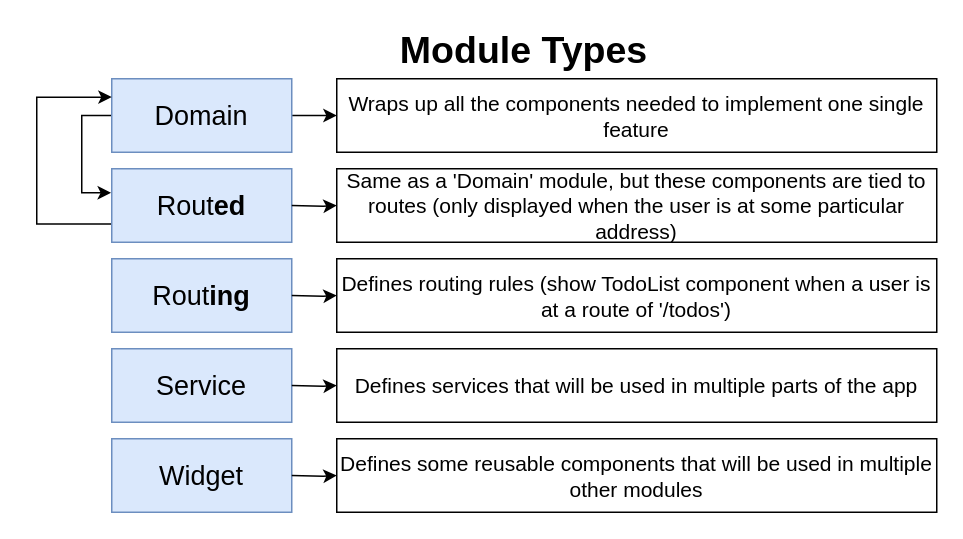
StephenGrider/ng-casts keeps this draw.io diagram as page "07 - types" (15 of 17) of diagrams/comps/diagrams.drawio. Above is the earlier version. Source tidied: cells renumbered, new cells numbered last; positions are measured from the earlier drawing's top-left corner, leaving out a move shared by most shapes. Both pictures are drawn from the tidied source at 150%, with x=0, y=0 at pixel (36, 33).
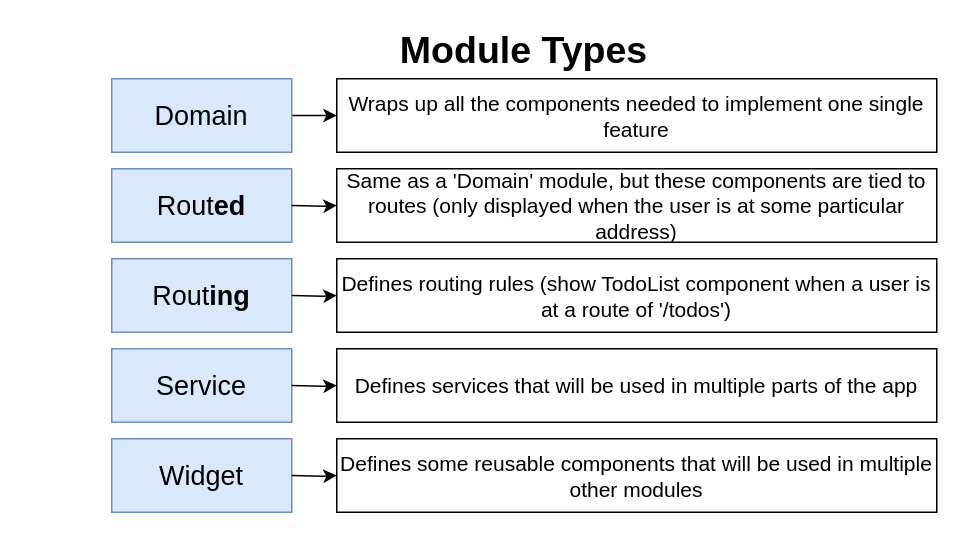
The same page after the edit.

The change refers to these unchanged cells:
```xml
<mxCell id="4" value="Domain" style="rounded=0;whiteSpace=wrap;html=1;fontSize=18;align=center;fillColor=#dae8fc;strokeColor=#6c8ebf;" parent="1" vertex="1">
  <mxGeometry x="50" y="30" width="120" height="49" as="geometry" />
</mxCell>
<mxCell id="7" value="Rout&lt;b&gt;ed&lt;/b&gt;" style="rounded=0;whiteSpace=wrap;html=1;fontSize=18;align=center;fillColor=#dae8fc;strokeColor=#6c8ebf;" parent="1" vertex="1">
  <mxGeometry x="50" y="90" width="120" height="49" as="geometry" />
</mxCell>
```

The edit, as a diff of the source:
```diff
@@
-    <mxCell id="3" style="edgeStyle=orthogonalEdgeStyle;rounded=0;jettySize=auto;html=1;exitX=0;exitY=0.5;exitDx=0;exitDy=0;entryX=-0.004;entryY=0.327;entryDx=0;entryDy=0;entryPerimeter=0;fontSize=16;" parent="1" edge="1" source="4" target="7">
-      <mxGeometry relative="1" as="geometry" />
-    </mxCell>
@@
-    <mxCell id="6" style="edgeStyle=orthogonalEdgeStyle;rounded=0;jettySize=auto;html=1;exitX=0;exitY=0.75;exitDx=0;exitDy=0;entryX=0;entryY=0.25;entryDx=0;entryDy=0;fontSize=16;" parent="1" edge="1" source="7" target="4">
-      <mxGeometry relative="1" as="geometry">
-        <Array as="points">
-          <mxPoint y="127" />
-          <mxPoint y="43" />
-        </Array>
-      </mxGeometry>
-    </mxCell>
```
